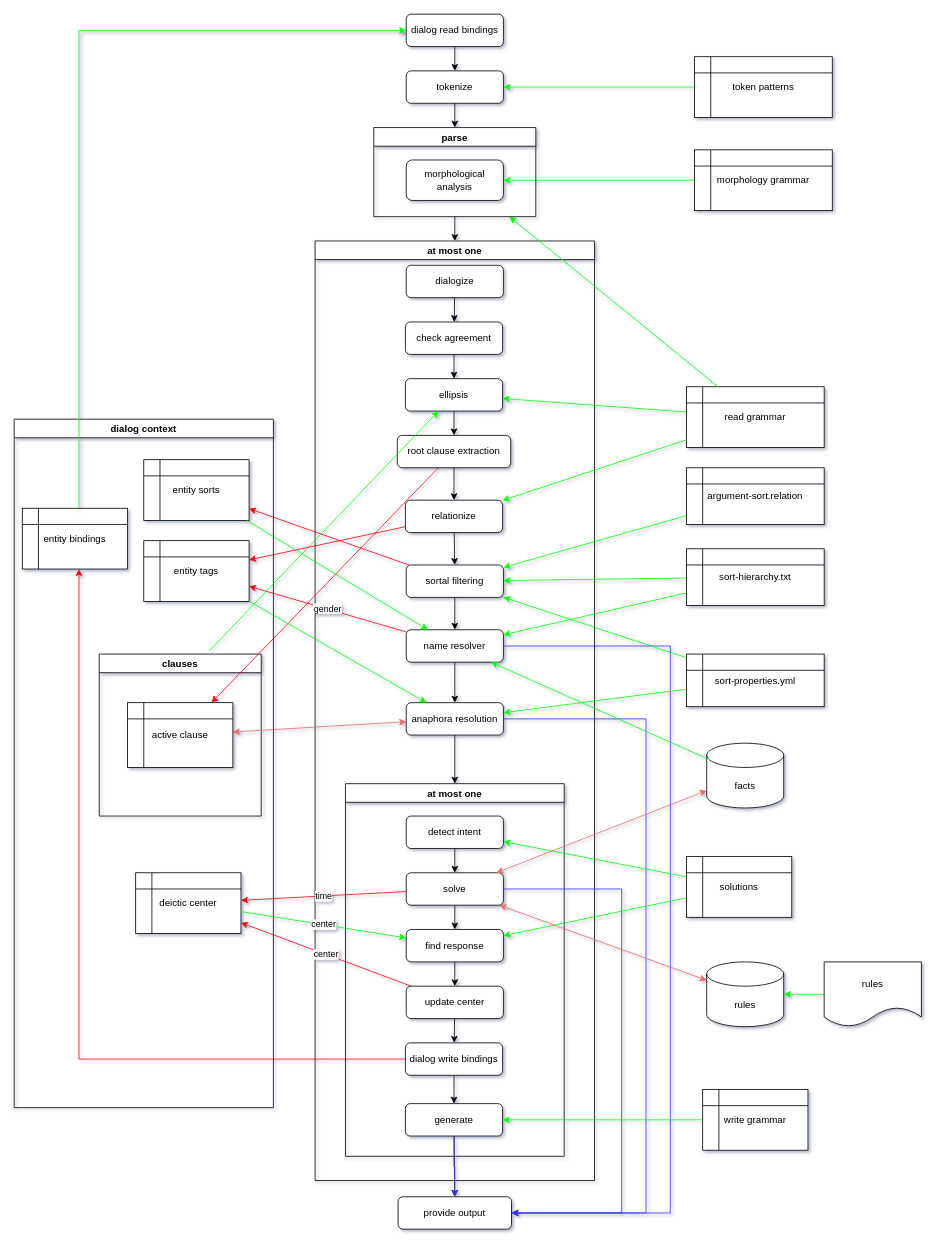
garfix/nli-go keeps this draw.io diagram as doc/diagram/system1.drawio. Above is the earlier version. Source tidied: cells renumbered, new cells numbered last; positions are measured from the earlier drawing's top-left corner, leaving out a move shared by most shapes. Both pictures are drawn from the tidied source at 81%, with x=0, y=0 at pixel (14, 14).
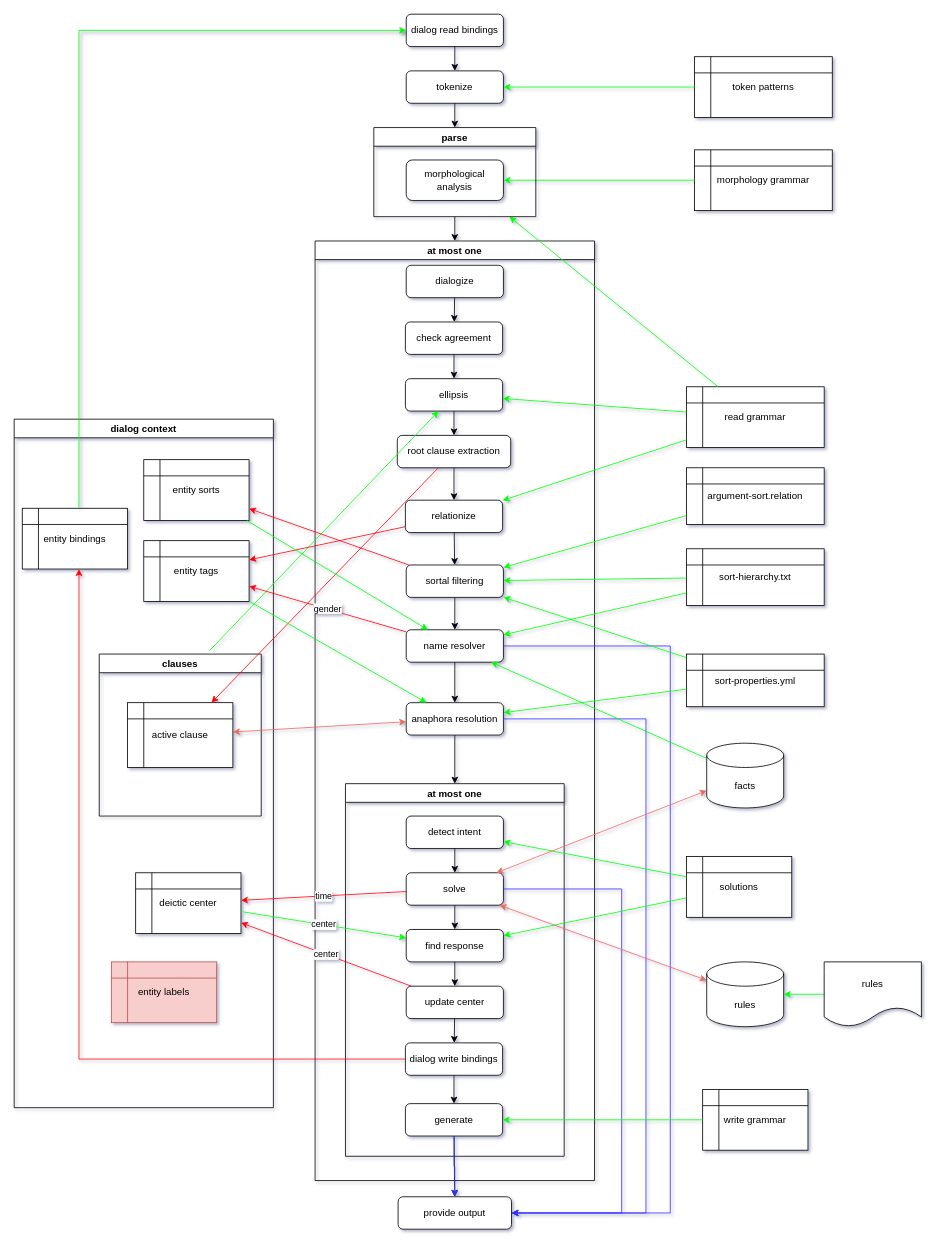
After the change.

Unchanged cells that the change refers to:
```xml
<mxCell id="45" value="dialog context" style="swimlane;" parent="1" vertex="1">
  <mxGeometry y="500" width="320" height="850" as="geometry" />
</mxCell>
```

Change to the diagram source:
```diff
@@
+    <mxCell id="92" value="entity labels" style="shape=internalStorage;whiteSpace=wrap;html=1;backgroundOutline=1;fillColor=#f8cecc;strokeColor=#b85450;" parent="45" vertex="1">
+      <mxGeometry x="120" y="670" width="130" height="75" as="geometry" />
+    </mxCell>
```
